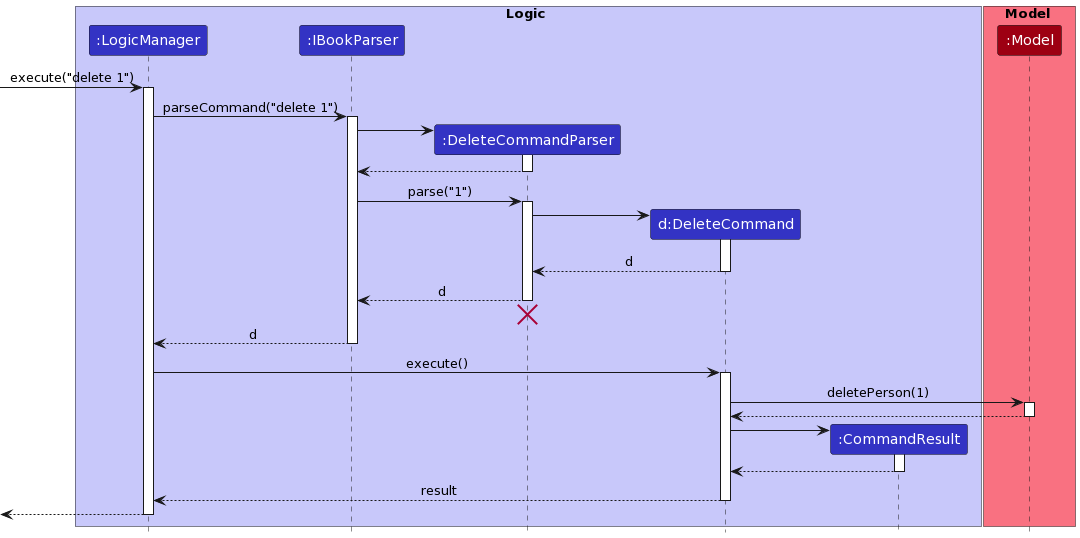
This is docs/images/DeleteSequenceDiagram.png from nus-cs2103-AY2122S2/tp, a PlantUML export, as it was before one commit. The source it was exported from:
```plantuml
@startuml

!define UI_COLOR #1D8900
!define UI_COLOR_T1 #83E769
!define UI_COLOR_T2 #3FC71B
!define UI_COLOR_T3 #166800
!define UI_COLOR_T4 #0E4100

!define LOGIC_COLOR #3333C4
!define LOGIC_COLOR_T1 #C8C8FA
!define LOGIC_COLOR_T2 #6A6ADC
!define LOGIC_COLOR_T3 #1616B0
!define LOGIC_COLOR_T4 #101086

!define MODEL_COLOR #9D0012
!define MODEL_COLOR_T1 #F97181
!define MODEL_COLOR_T2 #E41F36
!define MODEL_COLOR_T3 #7B000E
!define MODEL_COLOR_T4 #51000A

!define STORAGE_COLOR #A38300
!define STORAGE_COLOR_T1 #FFE374
!define STORAGE_COLOR_T2 #EDC520
!define STORAGE_COLOR_T3 #806600
!define STORAGE_COLOR_T2 #544400

!define USER_COLOR #000000

skinparam BackgroundColor #FFFFFFF

skinparam Shadowing false

skinparam Class {
    FontColor #FFFFFF
    BorderThickness 1
    BorderColor #FFFFFF
    StereotypeFontColor #FFFFFF
    FontName Arial
}

skinparam Actor {
    BorderColor USER_COLOR
    Color USER_COLOR
    FontName Arial
}

skinparam Sequence {
    MessageAlign center
    BoxFontSize 15
    BoxPadding 0
    BoxFontColor #FFFFFF
    FontName Arial
}

skinparam Participant {
    FontColor #FFFFFFF
    Padding 20
}

skinparam MinClassWidth 50
skinparam ParticipantPadding 10
skinparam Shadowing false
skinparam DefaultTextAlignment center
skinparam packageStyle Rectangle

hide footbox
hide members
hide circle

box Logic LOGIC_COLOR_T1
participant ":LogicManager" as LogicManager LOGIC_COLOR
participant ":IBookParser" as IBookParser LOGIC_COLOR
participant ":DeleteCommandParser" as DeleteCommandParser LOGIC_COLOR
participant "d:DeleteCommand" as DeleteCommand LOGIC_COLOR
participant ":CommandResult" as CommandResult LOGIC_COLOR
end box

box Model MODEL_COLOR_T1
participant ":Model" as Model MODEL_COLOR
end box

[-> LogicManager : execute("delete 1")
activate LogicManager

LogicManager -> IBookParser : parseCommand("delete 1")
activate IBookParser

create DeleteCommandParser
IBookParser -> DeleteCommandParser
activate DeleteCommandParser

DeleteCommandParser --> IBookParser
deactivate DeleteCommandParser

IBookParser -> DeleteCommandParser : parse("1")
activate DeleteCommandParser

create DeleteCommand
DeleteCommandParser -> DeleteCommand
activate DeleteCommand

DeleteCommand --> DeleteCommandParser : d
deactivate DeleteCommand

DeleteCommandParser --> IBookParser : d
deactivate DeleteCommandParser
DeleteCommandParser -[hidden]-> IBookParser
destroy DeleteCommandParser

IBookParser --> LogicManager : d
deactivate IBookParser

LogicManager -> DeleteCommand : execute()
activate DeleteCommand

DeleteCommand -> Model : deletePerson(1)
activate Model

Model --> DeleteCommand
deactivate Model

create CommandResult
DeleteCommand -> CommandResult
activate CommandResult

CommandResult --> DeleteCommand
deactivate CommandResult

DeleteCommand --> LogicManager : result
deactivate DeleteCommand

[<--LogicManager
deactivate LogicManager
@enduml
```
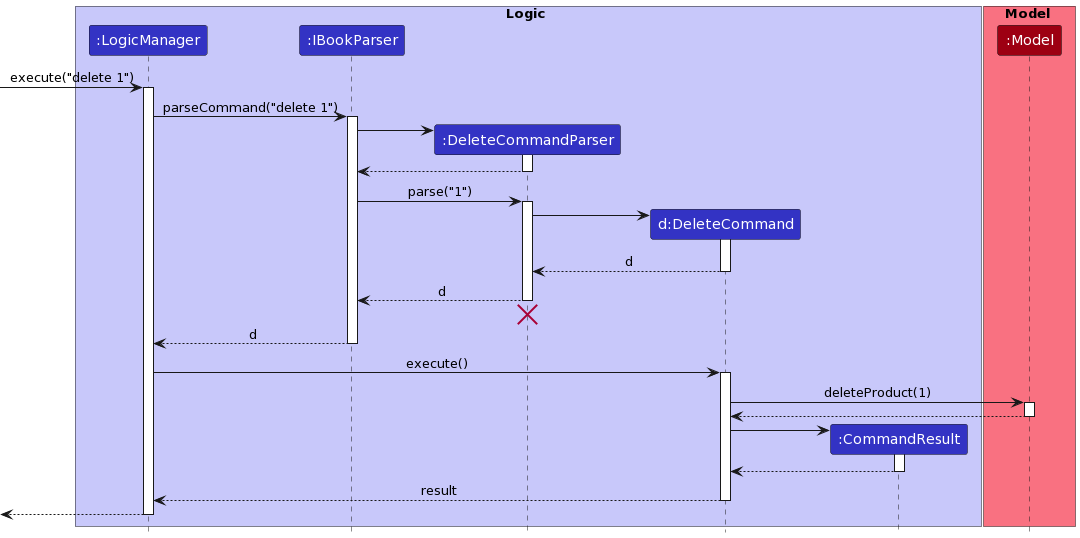
After the change.

Commit message:
Update Delete Sequence Diagram

What changed in the source:
```diff
@@ -1,5 +1,4 @@
 @startuml
-
 !define UI_COLOR #1D8900
 !define UI_COLOR_T1 #83E769
 !define UI_COLOR_T2 #3FC71B
@@ -113,7 +112,7 @@
 LogicManager -> DeleteCommand : execute()
 activate DeleteCommand
 
-DeleteCommand -> Model : deletePerson(1)
+DeleteCommand -> Model : deleteProduct(1)
 activate Model
 
 Model --> DeleteCommand
```
